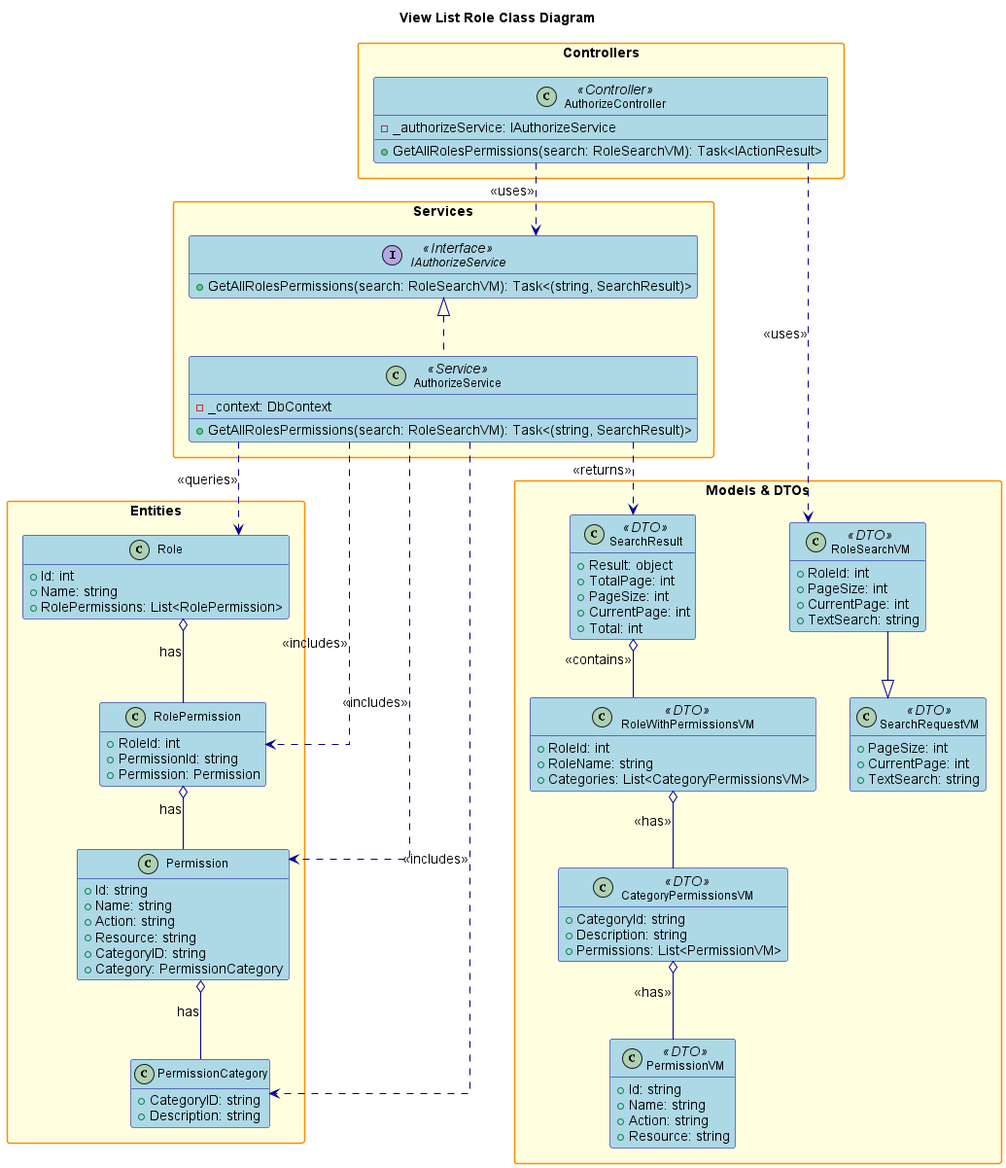
conghoan1211/AI-Kiosk-Testing-system keeps this PlantUML diagram as design/out/viewlistrole/viewlistrole.png. Above is the earlier version. Source of this version:
```plantuml
@startuml

title View List Role Class Diagram

hide empty members
skinparam packageStyle rectangle
skinparam linetype ortho
skinparam defaultFontSize 14
skinparam defaultFontName Arial
skinparam classFontSize 12
skinparam classFontName Arial
skinparam noteFontSize 11
skinparam noteFontName Arial

skinparam class {
    BackgroundColor LightBlue
    BorderColor DarkBlue
    ArrowColor DarkBlue
    FontSize 12
}

skinparam package {
    BackgroundColor LightYellow
    BorderColor DarkOrange
    FontSize 14
    FontStyle bold
}

skinparam interface {
    BackgroundColor LightGreen
    BorderColor DarkGreen
    FontSize 12
}

skinparam enum {
    BackgroundColor LightCyan
    BorderColor DarkCyan
    FontSize 12
}

package "Controllers" {
    class AuthorizeController <<Controller>> {
        - _authorizeService: IAuthorizeService
        + GetAllRolesPermissions(search: RoleSearchVM): Task<IActionResult>
    }
}

package "Services" {
    interface IAuthorizeService <<Interface>> {
        + GetAllRolesPermissions(search: RoleSearchVM): Task<(string, SearchResult)>
    }
    class AuthorizeService <<Service>> {
        - _context: DbContext
        + GetAllRolesPermissions(search: RoleSearchVM): Task<(string, SearchResult)>
    }
}

package "Models & DTOs" {
    class RoleSearchVM <<DTO>> {
        + RoleId: int
        + PageSize: int
        + CurrentPage: int
        + TextSearch: string
    }
    class SearchRequestVM <<DTO>> {
        + PageSize: int
        + CurrentPage: int
        + TextSearch: string
    }
    class SearchResult <<DTO>> {
        + Result: object
        + TotalPage: int
        + PageSize: int
        + CurrentPage: int
        + Total: int
    }
    class RoleWithPermissionsVM <<DTO>> {
        + RoleId: int
        + RoleName: string
        + Categories: List<CategoryPermissionsVM>
    }
    class CategoryPermissionsVM <<DTO>> {
        + CategoryId: string
        + Description: string
        + Permissions: List<PermissionVM>
    }
    class PermissionVM <<DTO>> {
        + Id: string
        + Name: string
        + Action: string
        + Resource: string
    }
}

package "Entities" {
    class Role {
        + Id: int
        + Name: string
        + RolePermissions: List<RolePermission>
    }
    class RolePermission {
        + RoleId: int
        + PermissionId: string
        + Permission: Permission
    }
    class Permission {
        + Id: string
        + Name: string
        + Action: string
        + Resource: string
        + CategoryID: string
        + Category: PermissionCategory
    }
    class PermissionCategory {
        + CategoryID: string
        + Description: string
    }
}

AuthorizeController ..> IAuthorizeService : <<uses>>
AuthorizeController ..> RoleSearchVM : <<uses>>
IAuthorizeService <|.. AuthorizeService
AuthorizeService ..> Role : <<queries>>
AuthorizeService ..> RolePermission : <<includes>>
AuthorizeService ..> Permission : <<includes>>
AuthorizeService ..> PermissionCategory : <<includes>>
AuthorizeService ..> SearchResult : <<returns>>
Role o-- RolePermission : has
RolePermission o-- Permission : has
Permission o-- PermissionCategory : has
SearchResult o-- RoleWithPermissionsVM : <<contains>>
RoleWithPermissionsVM o-- CategoryPermissionsVM : <<has>>
CategoryPermissionsVM o-- PermissionVM : <<has>>
RoleSearchVM --|> SearchRequestVM

@enduml
```
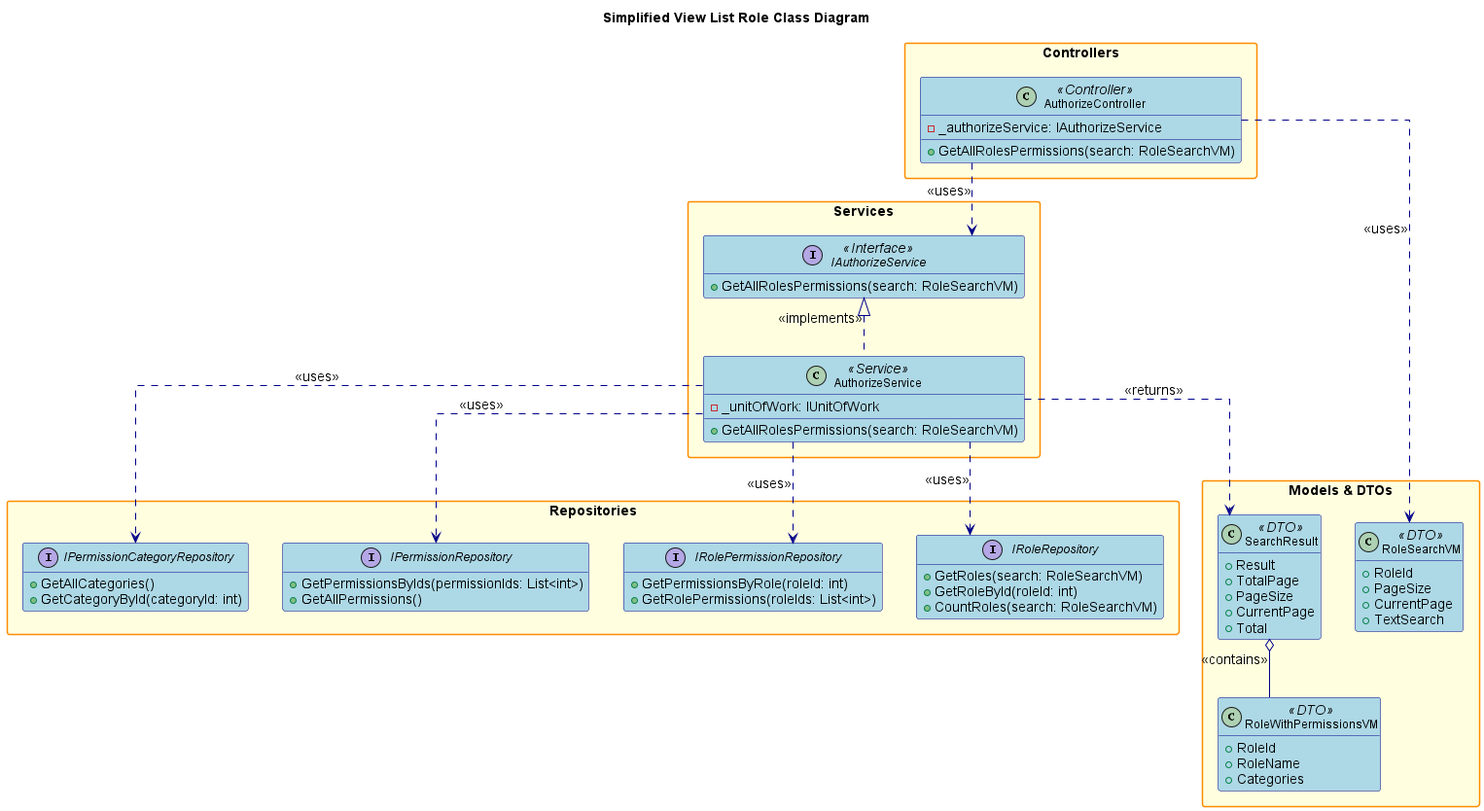
Later version of the same file.

The edit, as a diff of the source:
```diff
@@ -1,6 +1,5 @@
 @startuml
 
-title View List Role Class Diagram
 
 hide empty members
 skinparam packageStyle rectangle
@@ -25,112 +24,79 @@
     FontSize 14
     FontStyle bold
 }
-
 skinparam interface {
     BackgroundColor LightGreen
     BorderColor DarkGreen
     FontSize 12
 }
 
-skinparam enum {
-    BackgroundColor LightCyan
-    BorderColor DarkCyan
-    FontSize 12
-}
+title Simplified View List Role Class Diagram
 
 package "Controllers" {
     class AuthorizeController <<Controller>> {
         - _authorizeService: IAuthorizeService
-        + GetAllRolesPermissions(search: RoleSearchVM): Task<IActionResult>
+        + GetAllRolesPermissions(search: RoleSearchVM)
     }
 }
 
 package "Services" {
     interface IAuthorizeService <<Interface>> {
-        + GetAllRolesPermissions(search: RoleSearchVM): Task<(string, SearchResult)>
+        + GetAllRolesPermissions(search: RoleSearchVM)
     }
     class AuthorizeService <<Service>> {
-        - _context: DbContext
-        + GetAllRolesPermissions(search: RoleSearchVM): Task<(string, SearchResult)>
+        - _unitOfWork: IUnitOfWork
+        + GetAllRolesPermissions(search: RoleSearchVM)
     }
 }
 
+package "Repositories" {
+    interface IRoleRepository {
+        + GetRoles(search: RoleSearchVM)
+        + GetRoleById(roleId: int)
+        + CountRoles(search: RoleSearchVM)
+    }
+    interface IRolePermissionRepository {
+        + GetPermissionsByRole(roleId: int)
+        + GetRolePermissions(roleIds: List<int>)
+    }
+    interface IPermissionRepository {
+        + GetPermissionsByIds(permissionIds: List<int>)
+        + GetAllPermissions()
+    }
+    interface IPermissionCategoryRepository {
+        + GetAllCategories()
+        + GetCategoryById(categoryId: int)
+    }
+}
 package "Models & DTOs" {
     class RoleSearchVM <<DTO>> {
-        + RoleId: int
-        + PageSize: int
-        + CurrentPage: int
-        + TextSearch: string
-    }
-    class SearchRequestVM <<DTO>> {
-        + PageSize: int
-        + CurrentPage: int
-        + TextSearch: string
+        + RoleId
+        + PageSize
+        + CurrentPage
+        + TextSearch
     }
     class SearchResult <<DTO>> {
-        + Result: object
-        + TotalPage: int
-        + PageSize: int
-        + CurrentPage: int
-        + Total: int
+        + Result
+        + TotalPage
+        + PageSize
+        + CurrentPage
+        + Total
     }
     class RoleWithPermissionsVM <<DTO>> {
-        + RoleId: int
-        + RoleName: string
-        + Categories: List<CategoryPermissionsVM>
-    }
-    class CategoryPermissionsVM <<DTO>> {
-        + CategoryId: string
-        + Description: string
-        + Permissions: List<PermissionVM>
-    }
-    class PermissionVM <<DTO>> {
-        + Id: string
-        + Name: string
-        + Action: string
-        + Resource: string
-    }
-}
-
-package "Entities" {
-    class Role {
-        + Id: int
-        + Name: string
-        + RolePermissions: List<RolePermission>
-    }
-    class RolePermission {
-        + RoleId: int
-        + PermissionId: string
-        + Permission: Permission
-    }
-    class Permission {
-        + Id: string
-        + Name: string
-        + Action: string
-        + Resource: string
-        + CategoryID: string
-        + Category: PermissionCategory
-    }
-    class PermissionCategory {
-        + CategoryID: string
-        + Description: string
+        + RoleId
+        + RoleName
+        + Categories
     }
 }
 
 AuthorizeController ..> IAuthorizeService : <<uses>>
 AuthorizeController ..> RoleSearchVM : <<uses>>
-IAuthorizeService <|.. AuthorizeService
-AuthorizeService ..> Role : <<queries>>
-AuthorizeService ..> RolePermission : <<includes>>
-AuthorizeService ..> Permission : <<includes>>
-AuthorizeService ..> PermissionCategory : <<includes>>
+IAuthorizeService <|.. AuthorizeService : <<implements>>
+AuthorizeService ..> IRoleRepository : <<uses>>
+AuthorizeService ..> IRolePermissionRepository : <<uses>>
+AuthorizeService ..> IPermissionRepository : <<uses>>
+AuthorizeService ..> IPermissionCategoryRepository : <<uses>>
 AuthorizeService ..> SearchResult : <<returns>>
-Role o-- RolePermission : has
-RolePermission o-- Permission : has
-Permission o-- PermissionCategory : has
 SearchResult o-- RoleWithPermissionsVM : <<contains>>
-RoleWithPermissionsVM o-- CategoryPermissionsVM : <<has>>
-CategoryPermissionsVM o-- PermissionVM : <<has>>
-RoleSearchVM --|> SearchRequestVM
 
 @enduml
```
